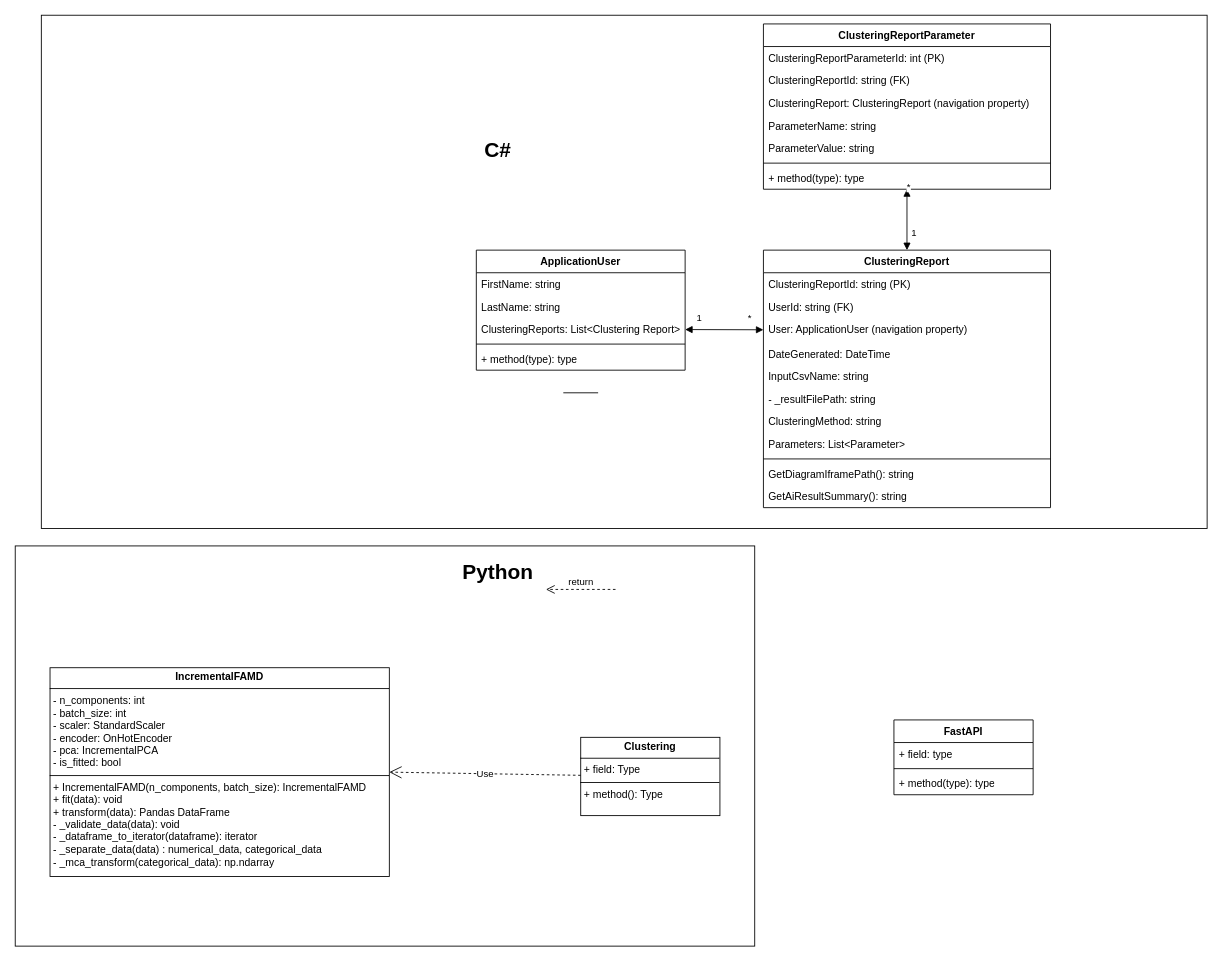
ianrule/hello-streamlit keeps this draw.io diagram as uml-diagrams/claim-detective-class-diagram.drawio. Above is the earlier version. Source tidied: cells renumbered, new cells numbered last; positions are measured from the earlier drawing's top-left corner, leaving out a move shared by most shapes. Both pictures are drawn from the tidied source at 87%, with x=0, y=0 at pixel (15, 15).
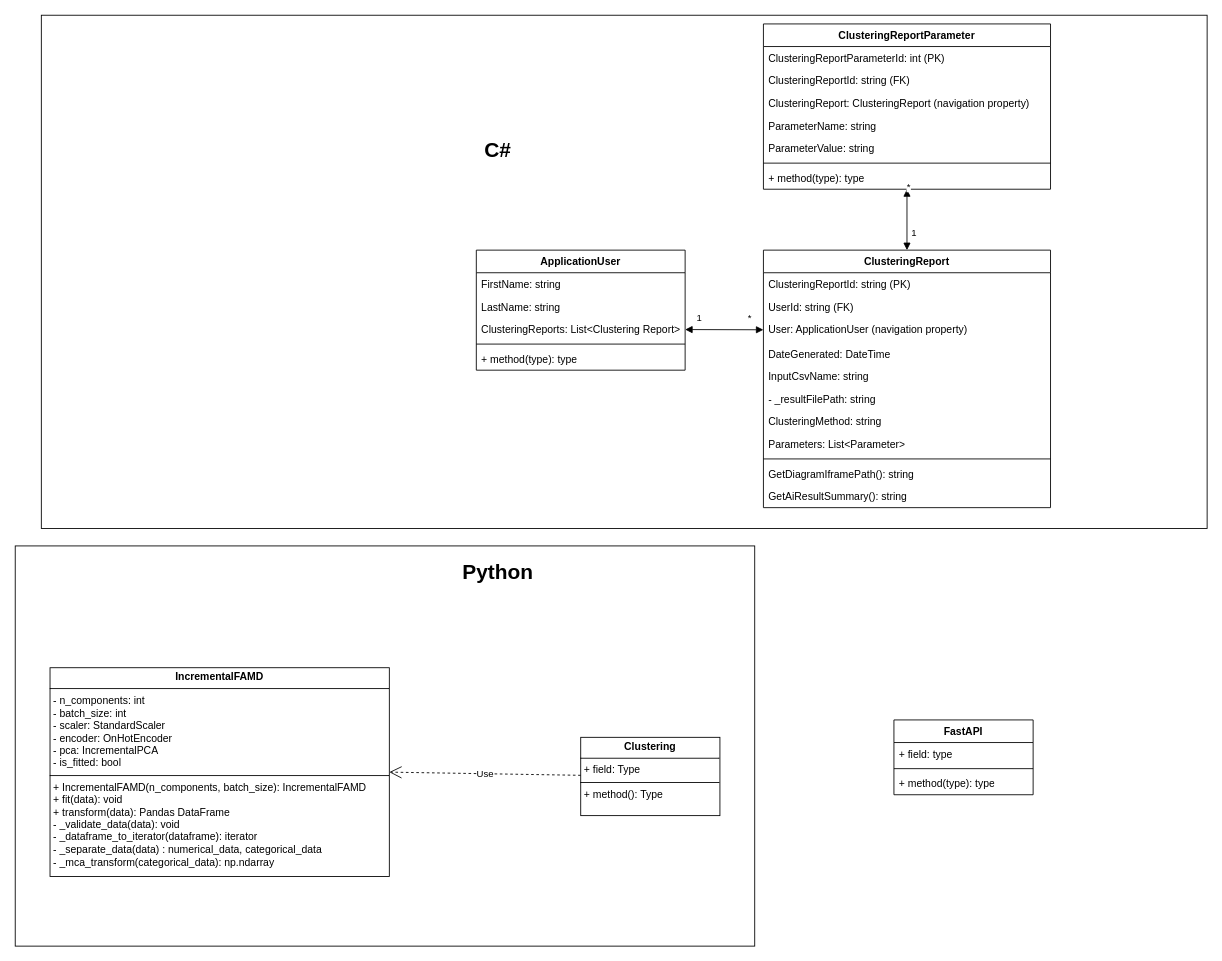
Above is the later version.

Commit message:
Removes relationships that are floating.

The edit, as a diff of the source:
```diff
@@
-    <mxCell id="45" style="line;strokeWidth=1;fillColor=none;align=left;verticalAlign=middle;spacingTop=-1;spacingLeft=3;spacingRight=3;labelPosition=right;strokeColor=inherit;" parent="1" vertex="1">
-      <mxGeometry x="630" y="430" width="40" height="8" as="geometry" />
-    </mxCell>
-    <mxCell id="46" value="return" style="html=1;verticalAlign=bottom;endArrow=open;dashed=1;endSize=8;curved=0;rounded=0;" parent="1" edge="1">
-      <mxGeometry relative="1" as="geometry">
-        <mxPoint x="690" y="660" as="sourcePoint" />
-        <mxPoint x="610" y="660" as="targetPoint" />
-      </mxGeometry>
-    </mxCell>
```
